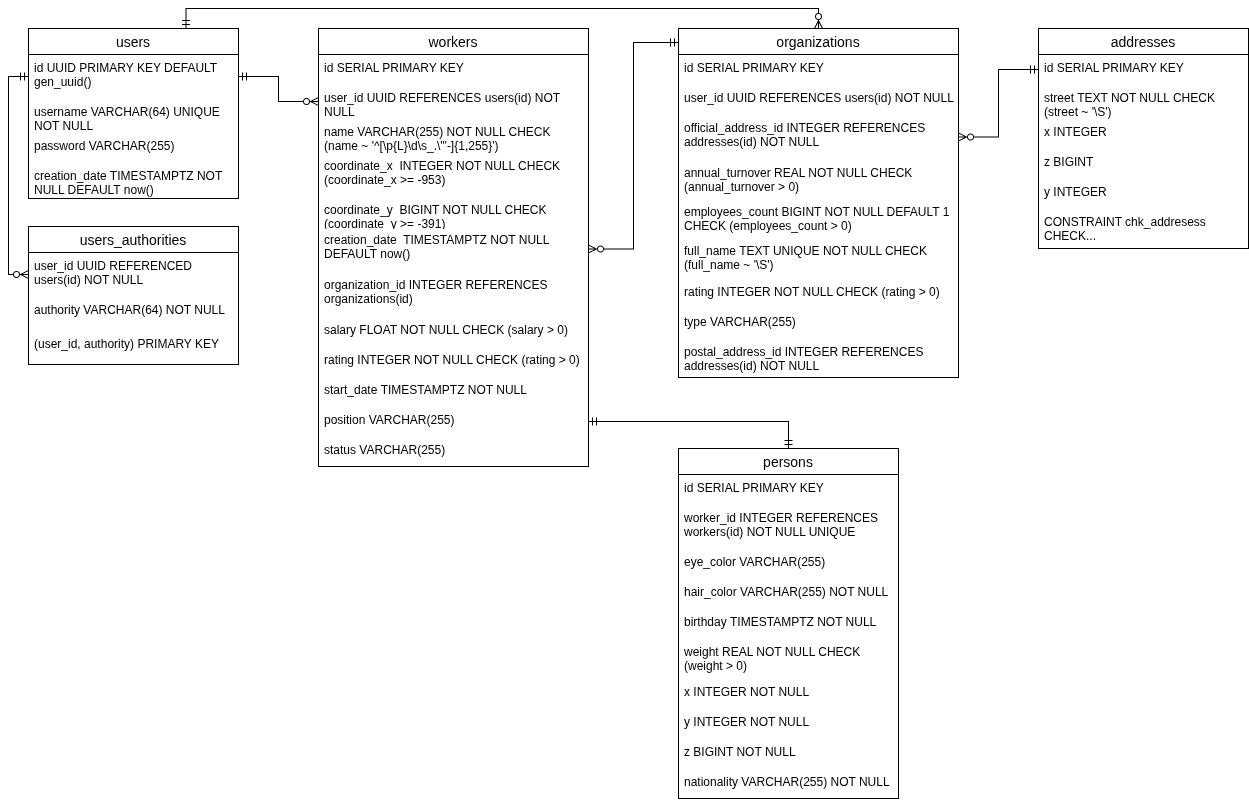
The draw.io diagram docs/diagram.drawio.png in vodobryshkin/is-lab1, before a commit. Source tidied: cells renumbered, new cells last; positions are measured from the earlier drawing's top-left corner, leaving out a move shared by most shapes.
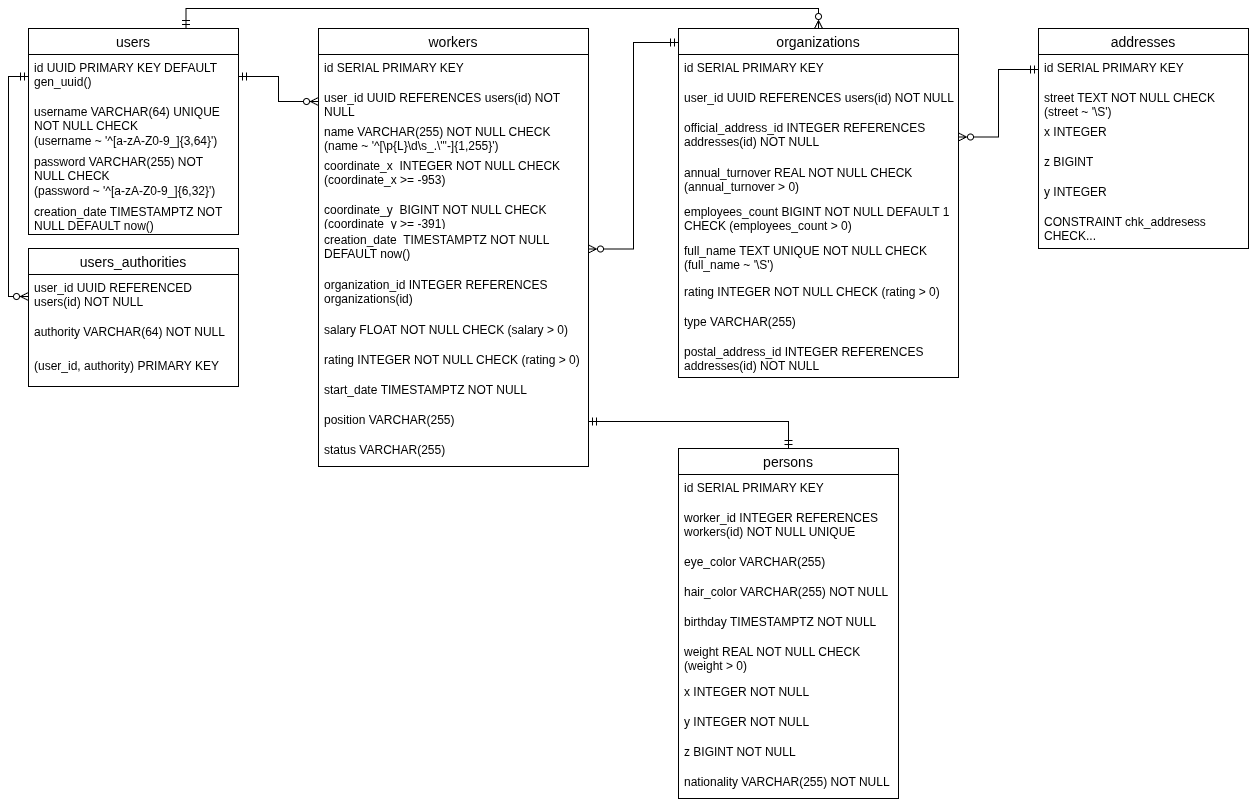
The same diagram one commit later.

Commit message:
Added more regex into the data model of DB

What changed in the source:
```diff
@@ -138,25 +138,25 @@
       <mxGeometry relative="1" as="geometry" />
     </mxCell>
     <mxCell id="47" value="users" style="swimlane;fontStyle=0;horizontal=1;startSize=26;align=center;fontSize=14;" parent="1" vertex="1">
-      <mxGeometry width="210" height="170" as="geometry" />
+      <mxGeometry width="210" height="206" as="geometry" />
     </mxCell>
     <mxCell id="48" value="id UUID PRIMARY KEY DEFAULT gen_uuid()" style="text;strokeColor=none;fillColor=none;spacingLeft=4;spacingRight=4;overflow=hidden;points=[[0,0.5],[1,0.5]];portConstraint=eastwest;fontSize=12;whiteSpace=wrap;html=1;" parent="47" vertex="1">
       <mxGeometry y="26" width="210" height="44" as="geometry" />
     </mxCell>
-    <mxCell id="49" value="username VARCHAR(64) UNIQUE NOT NULL" style="text;strokeColor=none;fillColor=none;spacingLeft=4;spacingRight=4;overflow=hidden;fontSize=12;whiteSpace=wrap;html=1;" parent="47" vertex="1">
-      <mxGeometry y="70" width="210" height="34" as="geometry" />
+    <mxCell id="49" value="username VARCHAR(64) UNIQUE NOT NULL CHECK&amp;nbsp; &amp;nbsp; &amp;nbsp; &amp;nbsp; &amp;nbsp; &amp;nbsp; (username ~ '^[a-zA-Z0-9_]{3,64}')" style="text;strokeColor=none;fillColor=none;spacingLeft=4;spacingRight=4;overflow=hidden;fontSize=12;whiteSpace=wrap;html=1;" parent="47" vertex="1">
+      <mxGeometry y="70" width="210" height="50" as="geometry" />
     </mxCell>
-    <mxCell id="50" value="password VARCHAR(255)" style="text;strokeColor=none;fillColor=none;spacingLeft=4;spacingRight=4;overflow=hidden;fontSize=12;whiteSpace=wrap;html=1;" parent="47" vertex="1">
-      <mxGeometry y="104" width="210" height="30" as="geometry" />
+    <mxCell id="50" value="password VARCHAR(255) NOT NULL CHECK&amp;nbsp; &amp;nbsp; &amp;nbsp; &amp;nbsp; &amp;nbsp; &amp;nbsp; &amp;nbsp; &amp;nbsp; &amp;nbsp; &amp;nbsp; &amp;nbsp; (password ~ '^[a-zA-Z0-9_]{6,32}')" style="text;strokeColor=none;fillColor=none;spacingLeft=4;spacingRight=4;overflow=hidden;fontSize=12;whiteSpace=wrap;html=1;" parent="47" vertex="1">
+      <mxGeometry y="120" width="210" height="50" as="geometry" />
     </mxCell>
     <mxCell id="51" value="creation_date TIMESTAMPTZ NOT NULL DEFAULT now()" style="text;strokeColor=none;fillColor=none;spacingLeft=4;spacingRight=4;overflow=hidden;fontSize=12;whiteSpace=wrap;html=1;" parent="47" vertex="1">
-      <mxGeometry y="134" width="210" height="36" as="geometry" />
+      <mxGeometry y="170" width="210" height="36" as="geometry" />
     </mxCell>
     <mxCell id="52" style="edgeStyle=orthogonalEdgeStyle;rounded=0;jettySize=auto;html=1;exitX=1;exitY=0.5;exitDx=0;exitDy=0;entryX=0;entryY=0.5;entryDx=0;entryDy=0;endArrow=ERzeroToMany;endFill=0;startArrow=ERmandOne;startFill=0;" parent="1" edge="1" source="48" target="16">
       <mxGeometry relative="1" as="geometry" />
     </mxCell>
     <mxCell id="53" value="users_authorities" style="swimlane;fontStyle=0;horizontal=1;startSize=26;align=center;fontSize=14;" parent="1" vertex="1">
-      <mxGeometry y="198" width="210" height="138" as="geometry" />
+      <mxGeometry y="220" width="210" height="138" as="geometry" />
     </mxCell>
     <mxCell id="54" value="user_id UUID REFERENCED users(id) NOT NULL" style="text;strokeColor=none;fillColor=none;spacingLeft=4;spacingRight=4;overflow=hidden;points=[[0,0.5],[1,0.5]];portConstraint=eastwest;fontSize=12;whiteSpace=wrap;html=1;" parent="53" vertex="1">
       <mxGeometry y="26" width="210" height="44" as="geometry" />
```
